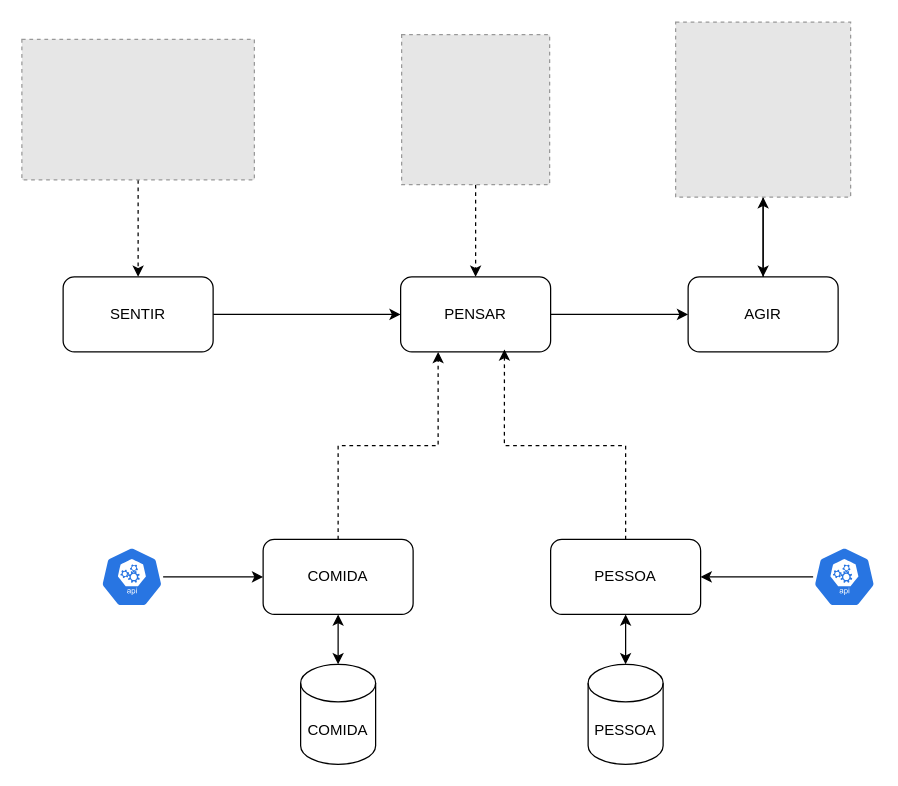
gustavodaguer/nutriBot keeps this draw.io diagram as architecture/NutriBot.drawio. Above is the earlier version. Source tidied: cells renumbered, new cells numbered last; positions are measured from the earlier drawing's top-left corner, leaving out a move shared by most shapes. Both pictures are drawn from the tidied source at 125%, with x=0, y=0 at pixel (21, 21). Pictures stored in the file or linked from it are replaced by grey dashed boxes.
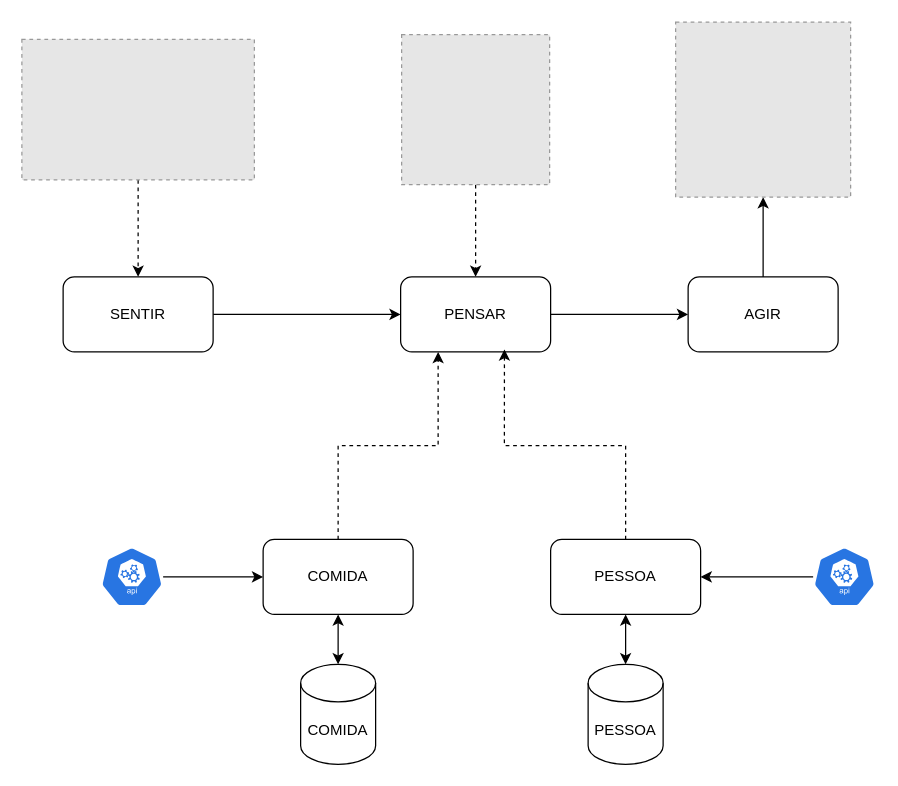
Above is the later version.

The change refers to these unchanged cells:
```xml
<mxCell id="19" value="AGIR" style="rounded=1;whiteSpace=wrap;html=1;" parent="1" vertex="1">
  <mxGeometry x="533" y="204" width="120" height="60" as="geometry" />
</mxCell>
<mxCell id="21" style="fillColor=#E6E6E6;strokeColor=#999999;dashed=1;verticalLabelPosition=bottom;labelBackgroundColor=default;verticalAlign=top;" parent="1" vertex="1">
  <mxGeometry x="523" y="0.2" width="140" height="140" as="geometry" />
</mxCell>
```

Diff of the diagram source:
```diff
@@
-    <mxCell id="20" style="edgeStyle=orthogonalEdgeStyle;rounded=0;jettySize=auto;html=1;" parent="1" edge="1" source="21" target="19">
-      <mxGeometry relative="1" as="geometry" />
-    </mxCell>
```
